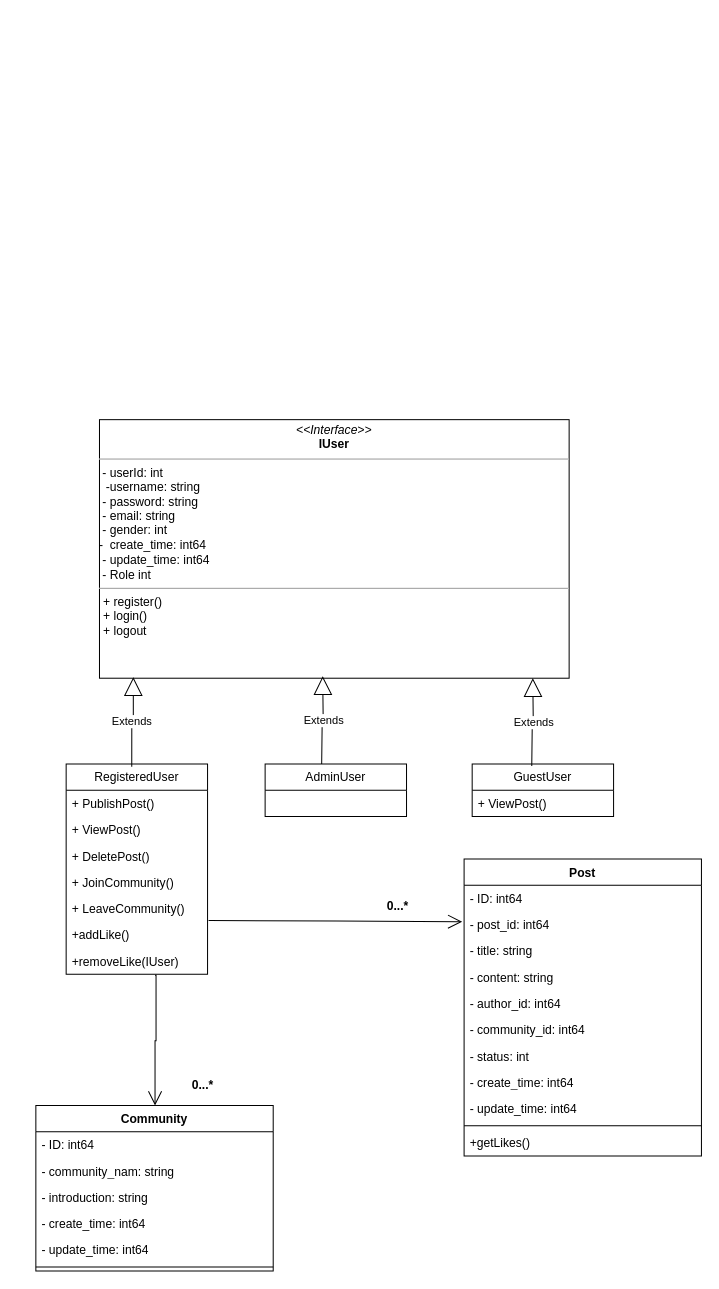
Before: zhong_论坛类图.drawio in Forrest-Tao/draw.io, a draw.io diagram. Source tidied: cells renumbered, new cells numbered last; positions are measured from the earlier drawing's top-left corner, leaving out a move shared by most shapes. Both pictures are drawn from the tidied source at 101%, with x=0, y=0 at pixel (35, 419).
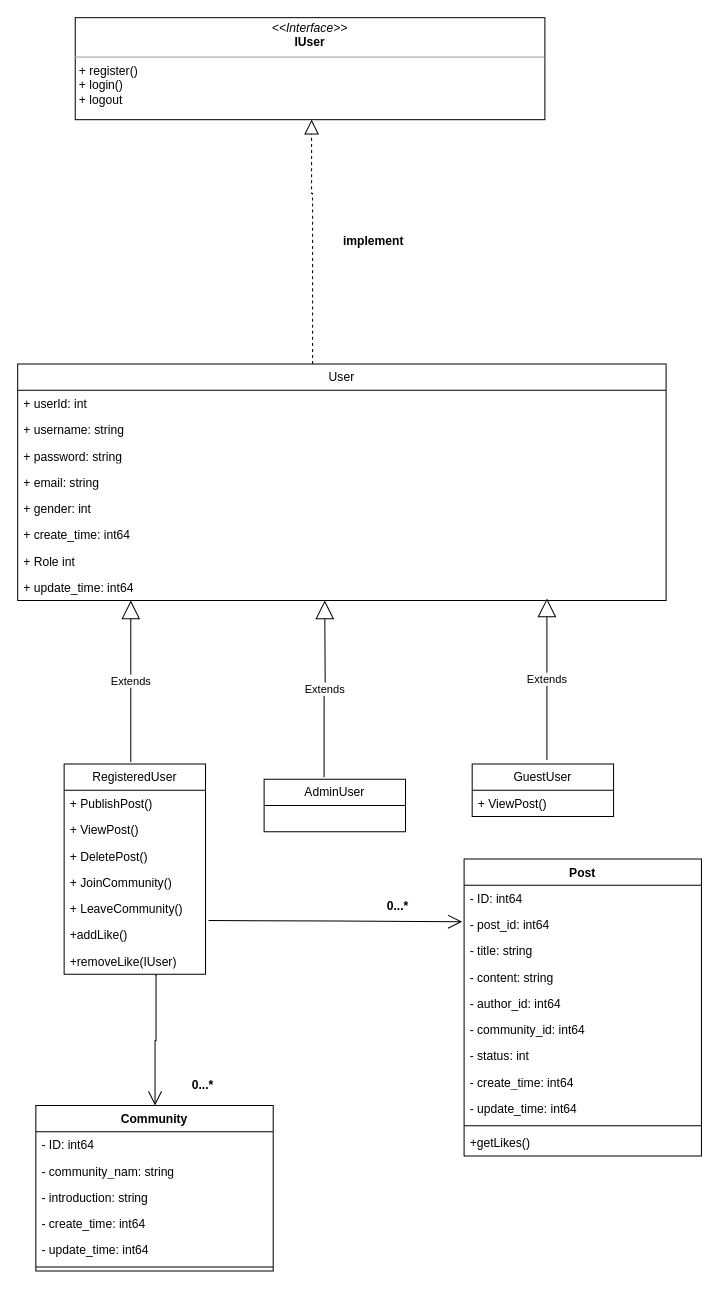
The same page after the edit.

Commit message:
更新zhong_论坛类图.drawio

Diff of the diagram source:
```diff
@@
     <mxCell id="2" value=" RegisteredUser " style="swimlane;fontStyle=0;horizontal=1;startSize=26;fillColor=none;whiteSpace=wrap;html=1;" parent="1" vertex="1">
-      <mxGeometry x="30" y="341" width="140" height="208" as="geometry" />
+      <mxGeometry x="28" y="341" width="140" height="208" as="geometry" />
     </mxCell>
@@
     <mxCell id="10" value="AdminUser      " style="swimlane;fontStyle=0;horizontal=1;startSize=26;fillColor=none;whiteSpace=wrap;html=1;" parent="1" vertex="1">
-      <mxGeometry x="227" y="341" width="140" height="52" as="geometry" />
+      <mxGeometry x="226" y="356" width="140" height="52" as="geometry" />
     </mxCell>
-    <mxCell id="11" value="&lt;p style=&quot;margin:0px;margin-top:4px;text-align:center;&quot;&gt;&lt;i&gt;&amp;lt;&amp;lt;Interface&amp;gt;&amp;gt;&lt;/i&gt;&lt;br&gt;&lt;b&gt;IUser&lt;/b&gt;&lt;/p&gt;&lt;hr size=&quot;1&quot;&gt;&amp;nbsp;- userId: int&lt;br&gt;&lt;span style=&quot;background-color: initial;&quot;&gt;&amp;nbsp;&amp;nbsp;&lt;/span&gt;-username: string&lt;br&gt;&amp;nbsp;- password: string&lt;br&gt;&amp;nbsp;-&amp;nbsp;email&lt;span style=&quot;background-color: initial;&quot;&gt;: string&lt;/span&gt;&lt;br&gt;&amp;nbsp;-&amp;nbsp;gender&lt;span style=&quot;background-color: initial;&quot;&gt;: int&lt;/span&gt;&amp;nbsp;&lt;br&gt;-&amp;nbsp; create_time&lt;span style=&quot;background-color: initial;&quot;&gt;:&amp;nbsp;&lt;/span&gt;int64&lt;br&gt;&amp;nbsp;-&amp;nbsp;update_time&lt;span style=&quot;background-color: initial;&quot;&gt;: int64&lt;br&gt;&lt;/span&gt;&amp;nbsp;-&amp;nbsp;Role int&lt;br&gt;&lt;hr size=&quot;1&quot;&gt;&lt;p style=&quot;margin:0px;margin-left:4px;&quot;&gt;+&amp;nbsp;register()&lt;br&gt;+ login()&lt;/p&gt;&lt;p style=&quot;margin:0px;margin-left:4px;&quot;&gt;+ logout&lt;br&gt;&lt;/p&gt;" style="verticalAlign=top;align=left;overflow=fill;fontSize=12;fontFamily=Helvetica;html=1;whiteSpace=wrap;" parent="1" vertex="1">
-      <mxGeometry x="63" width="465" height="256" as="geometry" />
+    <mxCell id="11" value="&lt;p style=&quot;margin:0px;margin-top:4px;text-align:center;&quot;&gt;&lt;i&gt;&amp;lt;&amp;lt;Interface&amp;gt;&amp;gt;&lt;/i&gt;&lt;br&gt;&lt;b&gt;IUser&lt;/b&gt;&lt;/p&gt;&lt;hr size=&quot;1&quot;&gt;&lt;p style=&quot;margin:0px;margin-left:4px;&quot;&gt;+&amp;nbsp;register()&lt;br&gt;+ login()&lt;/p&gt;&lt;p style=&quot;margin:0px;margin-left:4px;&quot;&gt;+ logout&lt;br&gt;&lt;/p&gt;" style="verticalAlign=top;align=left;overflow=fill;fontSize=12;fontFamily=Helvetica;html=1;whiteSpace=wrap;" parent="1" vertex="1">
+      <mxGeometry x="39" y="-398" width="465" height="101" as="geometry" />
     </mxCell>
@@
-    <mxCell id="33" value="Extends" style="endArrow=block;endSize=16;endFill=0;html=1;rounded=0;edgeStyle=orthogonalEdgeStyle;exitX=0.464;exitY=0.013;exitDx=0;exitDy=0;exitPerimeter=0;entryX=0.072;entryY=0.996;entryDx=0;entryDy=0;entryPerimeter=0;" parent="1" edge="1" source="2" target="11">
-      <mxGeometry relative="1" as="geometry" />
-    </mxCell>
-    <mxCell id="34" value="Extends" style="endArrow=block;endSize=16;endFill=0;html=1;rounded=0;edgeStyle=orthogonalEdgeStyle;exitX=0.464;exitY=0.013;exitDx=0;exitDy=0;exitPerimeter=0;entryX=0.072;entryY=0.996;entryDx=0;entryDy=0;entryPerimeter=0;" parent="1" edge="1">
+    <mxCell id="34" value="Extends" style="endArrow=block;endSize=16;endFill=0;html=1;rounded=0;edgeStyle=orthogonalEdgeStyle;exitX=0.424;exitY=-0.039;exitDx=0;exitDy=0;exitPerimeter=0;entryX=0.072;entryY=0.996;entryDx=0;entryDy=0;entryPerimeter=0;" parent="1" edge="1" source="10">
       <mxGeometry relative="1" as="geometry">
-        <mxPoint x="283" y="341" as="sourcePoint" />
-        <mxPoint x="284" y="254" as="targetPoint" />
+        <mxPoint x="286" y="179" as="targetPoint" />
       </mxGeometry>
     </mxCell>
-    <mxCell id="35" value="Extends" style="endArrow=block;endSize=16;endFill=0;html=1;rounded=0;edgeStyle=orthogonalEdgeStyle;exitX=0.464;exitY=0.013;exitDx=0;exitDy=0;exitPerimeter=0;entryX=0.072;entryY=0.996;entryDx=0;entryDy=0;entryPerimeter=0;" parent="1" edge="1">
-      <mxGeometry relative="1" as="geometry">
-        <mxPoint x="491" y="343" as="sourcePoint" />
-        <mxPoint x="492" y="256" as="targetPoint" />
-      </mxGeometry>
-    </mxCell>
@@
+    <mxCell id="40" value="User" style="swimlane;fontStyle=0;horizontal=1;startSize=26;fillColor=none;whiteSpace=wrap;html=1;" parent="1" vertex="1">
+      <mxGeometry x="-18" y="-55" width="642" height="234" as="geometry" />
+    </mxCell>
+    <mxCell id="41" value="+ userId: int" style="text;strokeColor=none;fillColor=none;align=left;verticalAlign=top;spacingLeft=4;spacingRight=4;overflow=hidden;whiteSpace=wrap;html=1;" parent="40" vertex="1">
+      <mxGeometry y="26" width="642" height="26" as="geometry" />
+    </mxCell>
+    <mxCell id="42" value="&lt;div&gt;&lt;span style=&quot;background-color: initial;&quot;&gt;+ username: string&lt;/span&gt;&lt;br&gt;&lt;/div&gt;" style="text;strokeColor=none;fillColor=none;align=left;verticalAlign=top;spacingLeft=4;spacingRight=4;overflow=hidden;whiteSpace=wrap;html=1;" parent="40" vertex="1">
+      <mxGeometry y="52" width="642" height="26" as="geometry" />
+    </mxCell>
+    <mxCell id="43" value="+ password: string" style="text;strokeColor=none;fillColor=none;align=left;verticalAlign=top;spacingLeft=4;spacingRight=4;overflow=hidden;whiteSpace=wrap;html=1;" parent="40" vertex="1">
+      <mxGeometry y="78" width="642" height="26" as="geometry" />
+    </mxCell>
+    <mxCell id="44" value="+ email: string" style="text;strokeColor=none;fillColor=none;align=left;verticalAlign=top;spacingLeft=4;spacingRight=4;overflow=hidden;whiteSpace=wrap;html=1;" parent="40" vertex="1">
+      <mxGeometry y="104" width="642" height="26" as="geometry" />
+    </mxCell>
+    <mxCell id="45" value="+ gender: int" style="text;strokeColor=none;fillColor=none;align=left;verticalAlign=top;spacingLeft=4;spacingRight=4;overflow=hidden;whiteSpace=wrap;html=1;" parent="40" vertex="1">
+      <mxGeometry y="130" width="642" height="26" as="geometry" />
+    </mxCell>
+    <mxCell id="46" value="+ create_time: int64" style="text;strokeColor=none;fillColor=none;align=left;verticalAlign=top;spacingLeft=4;spacingRight=4;overflow=hidden;whiteSpace=wrap;html=1;" parent="40" vertex="1">
+      <mxGeometry y="156" width="642" height="26" as="geometry" />
+    </mxCell>
+    <mxCell id="47" value="+ Role int" style="text;strokeColor=none;fillColor=none;align=left;verticalAlign=top;spacingLeft=4;spacingRight=4;overflow=hidden;whiteSpace=wrap;html=1;" parent="40" vertex="1">
+      <mxGeometry y="182" width="642" height="26" as="geometry" />
+    </mxCell>
+    <mxCell id="48" value="+ update_time: int64" style="text;strokeColor=none;fillColor=none;align=left;verticalAlign=top;spacingLeft=4;spacingRight=4;overflow=hidden;whiteSpace=wrap;html=1;" parent="40" vertex="1">
+      <mxGeometry y="208" width="642" height="26" as="geometry" />
+    </mxCell>
+    <mxCell id="49" style="endArrow=block;dashed=1;endFill=0;endSize=12;html=1;rounded=0;edgeStyle=orthogonalEdgeStyle;" parent="1" edge="1">
+      <mxGeometry relative="1" as="geometry">
+        <mxPoint x="274" y="-55" as="sourcePoint" />
+        <mxPoint x="273" y="-297" as="targetPoint" />
+        <Array as="points">
+          <mxPoint x="273" y="-224" />
+        </Array>
+      </mxGeometry>
+    </mxCell>
+    <mxCell id="50" value="Extends" style="endArrow=block;endSize=16;endFill=0;html=1;rounded=0;edgeStyle=orthogonalEdgeStyle;exitX=0.424;exitY=-0.039;exitDx=0;exitDy=0;exitPerimeter=0;entryX=0.072;entryY=0.996;entryDx=0;entryDy=0;entryPerimeter=0;" parent="1" edge="1">
+      <mxGeometry relative="1" as="geometry">
+        <mxPoint x="506" y="337" as="sourcePoint" />
+        <mxPoint x="506" y="177" as="targetPoint" />
+      </mxGeometry>
+    </mxCell>
+    <mxCell id="51" value="Extends" style="endArrow=block;endSize=16;endFill=0;html=1;rounded=0;edgeStyle=orthogonalEdgeStyle;exitX=0.424;exitY=-0.039;exitDx=0;exitDy=0;exitPerimeter=0;entryX=0.072;entryY=0.996;entryDx=0;entryDy=0;entryPerimeter=0;" parent="1" edge="1">
+      <mxGeometry relative="1" as="geometry">
+        <mxPoint x="94" y="339" as="sourcePoint" />
+        <mxPoint x="94" y="179" as="targetPoint" />
+      </mxGeometry>
+    </mxCell>
+    <mxCell id="52" value="implement" style="text;align=center;fontStyle=1;verticalAlign=middle;spacingLeft=3;spacingRight=3;strokeColor=none;html=1;" parent="1" vertex="1">
+      <mxGeometry x="294" y="-189" width="80" height="26" as="geometry" />
+    </mxCell>
```
